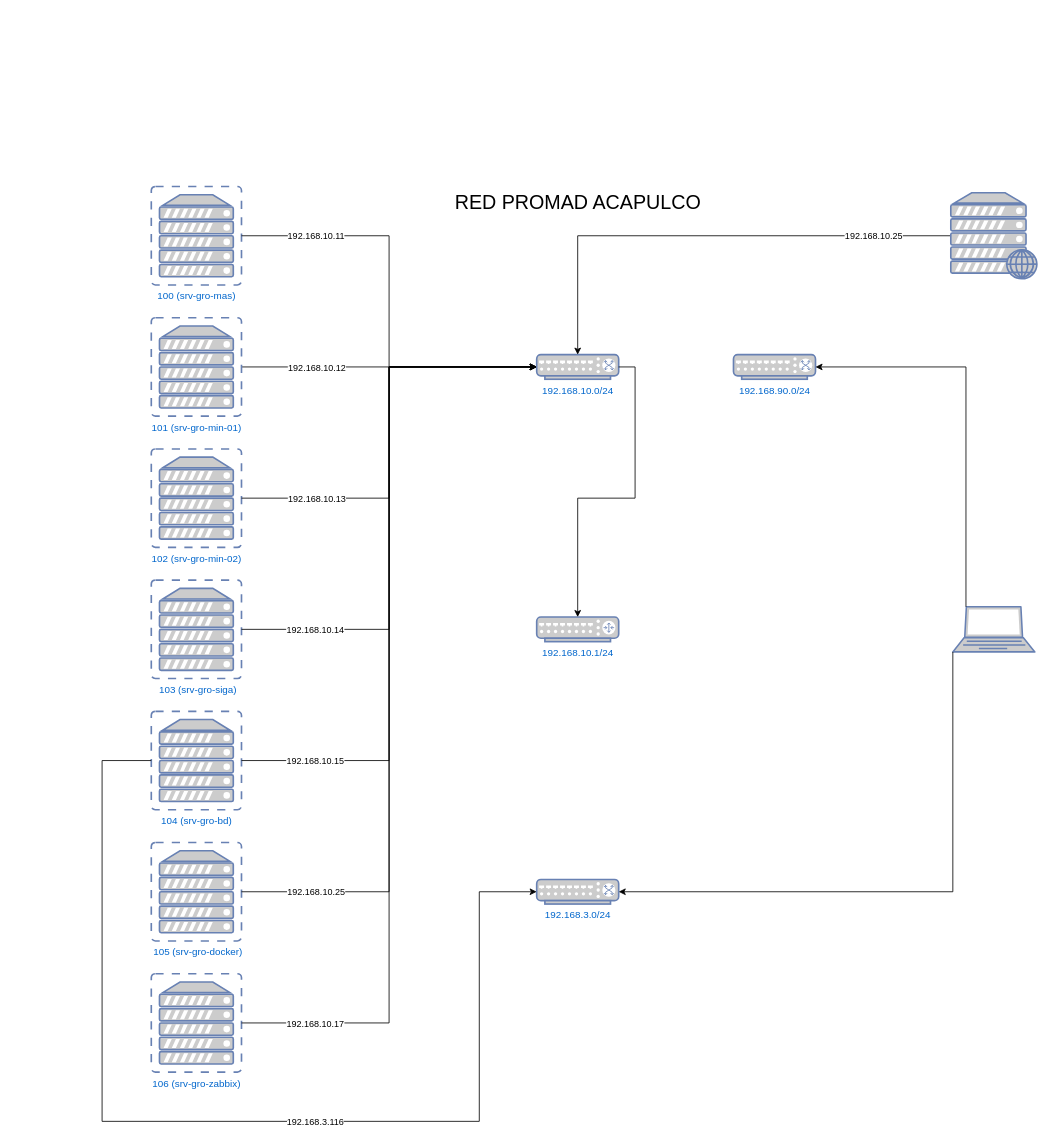
incognia/Promad keeps this draw.io diagram as Acapulco.drawio. Above is the earlier version. Source tidied: cells renumbered, new cells numbered last; positions are measured from the earlier drawing's top-left corner, leaving out a move shared by most shapes. Both pictures are drawn from the tidied source at 82%, with x=0, y=0 at pixel (102, 186).
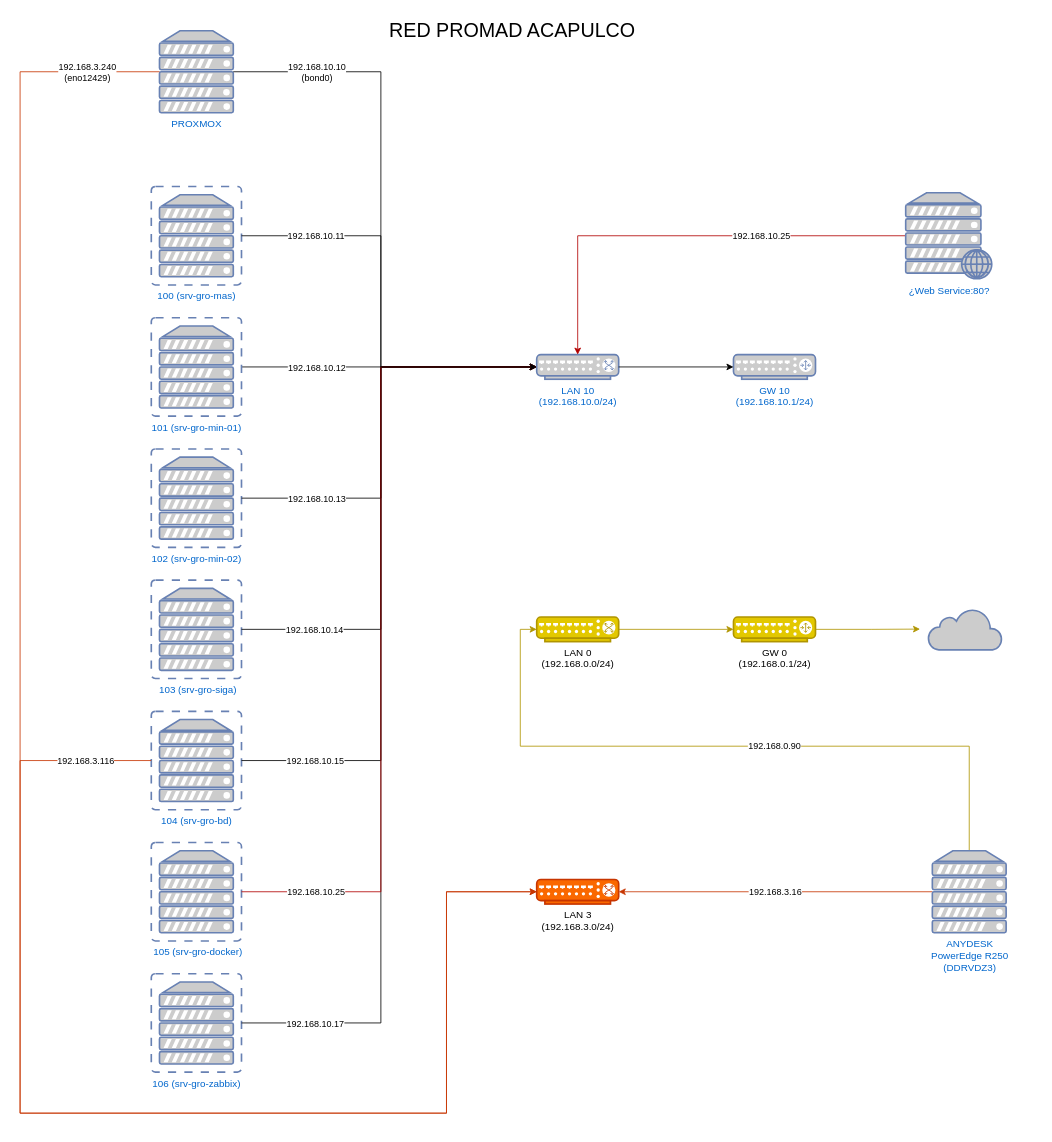
The same diagram, later.

The change refers to these unchanged cells:
```xml
<mxCell id="2" value="100 (srv-gro-mas)" style="fontColor=#0066CC;verticalAlign=top;verticalLabelPosition=bottom;labelPosition=center;align=center;html=1;outlineConnect=0;fillColor=#CCCCCC;strokeColor=#6881B3;gradientColor=none;gradientDirection=north;strokeWidth=2;shape=mxgraph.networks.virtual_server;" parent="1" vertex="1">
  <mxGeometry x="60" width="110" height="120" as="geometry" />
</mxCell>
<mxCell id="6" value="102 (srv-gro-min-02)" style="fontColor=#0066CC;verticalAlign=top;verticalLabelPosition=bottom;labelPosition=center;align=center;html=1;outlineConnect=0;fillColor=#CCCCCC;strokeColor=#6881B3;gradientColor=none;gradientDirection=north;strokeWidth=2;shape=mxgraph.networks.virtual_server;" parent="1" vertex="1">
  <mxGeometry x="60" y="320" width="110" height="120" as="geometry" />
</mxCell>
<mxCell id="7" value="&amp;nbsp;103 (srv-gro-siga)" style="fontColor=#0066CC;verticalAlign=top;verticalLabelPosition=bottom;labelPosition=center;align=center;html=1;outlineConnect=0;fillColor=#CCCCCC;strokeColor=#6881B3;gradientColor=none;gradientDirection=north;strokeWidth=2;shape=mxgraph.networks.virtual_server;" parent="1" vertex="1">
  <mxGeometry x="60" y="480" width="110" height="120" as="geometry" />
</mxCell>
<mxCell id="8" value="104 (srv-gro-bd)" style="fontColor=#0066CC;verticalAlign=top;verticalLabelPosition=bottom;labelPosition=center;align=center;html=1;outlineConnect=0;fillColor=#CCCCCC;strokeColor=#6881B3;gradientColor=none;gradientDirection=north;strokeWidth=2;shape=mxgraph.networks.virtual_server;" parent="1" vertex="1">
  <mxGeometry x="60" y="640" width="110" height="120" as="geometry" />
</mxCell>
<mxCell id="9" value="&amp;nbsp;105 (srv-gro-docker)" style="fontColor=#0066CC;verticalAlign=top;verticalLabelPosition=bottom;labelPosition=center;align=center;html=1;outlineConnect=0;fillColor=#CCCCCC;strokeColor=#6881B3;gradientColor=none;gradientDirection=north;strokeWidth=2;shape=mxgraph.networks.virtual_server;" parent="1" vertex="1">
  <mxGeometry x="60" y="800" width="110" height="120" as="geometry" />
</mxCell>
<mxCell id="10" value="106 (srv-gro-zabbix)" style="fontColor=#0066CC;verticalAlign=top;verticalLabelPosition=bottom;labelPosition=center;align=center;html=1;outlineConnect=0;fillColor=#CCCCCC;strokeColor=#6881B3;gradientColor=none;gradientDirection=north;strokeWidth=2;shape=mxgraph.networks.virtual_server;" parent="1" vertex="1">
  <mxGeometry x="60" y="960" width="110" height="120" as="geometry" />
</mxCell>
```

The edit, as a diff of the source:
```diff
@@
-    <mxCell id="11" value="192.168.10.0&lt;span style=&quot;background-color: transparent; color: light-dark(rgb(0, 102, 204), rgb(86, 174, 255));&quot;&gt;/24&lt;/span&gt;" style="fontColor=#0066CC;verticalAlign=top;verticalLabelPosition=bottom;labelPosition=center;align=center;html=1;outlineConnect=0;fillColor=#CCCCCC;strokeColor=#6881B3;gradientColor=none;gradientDirection=north;strokeWidth=2;shape=mxgraph.networks.switch;" parent="1" vertex="1">
+    <mxCell id="11" value="LAN 10&lt;br&gt;(192.168.10.0&lt;span style=&quot;background-color: transparent; color: light-dark(rgb(0, 102, 204), rgb(86, 174, 255));&quot;&gt;/24)&lt;/span&gt;" style="fontColor=#0066CC;verticalAlign=top;verticalLabelPosition=bottom;labelPosition=center;align=center;html=1;outlineConnect=0;fillColor=#CCCCCC;strokeColor=#6881B3;gradientColor=none;gradientDirection=north;strokeWidth=2;shape=mxgraph.networks.switch;" parent="1" vertex="1">
       <mxGeometry x="530" y="205" width="100" height="30" as="geometry" />
     </mxCell>
-    <mxCell id="12" value="192.168.3.0/24" style="fontColor=#0066CC;verticalAlign=top;verticalLabelPosition=bottom;labelPosition=center;align=center;html=1;outlineConnect=0;fillColor=#CCCCCC;strokeColor=#6881B3;gradientColor=none;gradientDirection=north;strokeWidth=2;shape=mxgraph.networks.switch;" parent="1" vertex="1">
+    <mxCell id="12" value="LAN 3&lt;br&gt;(192.168.3.0/24)" style="fontColor=#000000;verticalAlign=top;verticalLabelPosition=bottom;labelPosition=center;align=center;html=1;outlineConnect=0;fillColor=#fa6800;strokeColor=#C73500;gradientDirection=north;strokeWidth=2;shape=mxgraph.networks.switch;" parent="1" vertex="1">
       <mxGeometry x="530" y="845" width="100" height="30" as="geometry" />
     </mxCell>
-    <mxCell id="13" value="192.168.10.1/24" style="fontColor=#0066CC;verticalAlign=top;verticalLabelPosition=bottom;labelPosition=center;align=center;html=1;outlineConnect=0;fillColor=#CCCCCC;strokeColor=#6881B3;gradientColor=none;gradientDirection=north;strokeWidth=2;shape=mxgraph.networks.router;" parent="1" vertex="1">
-      <mxGeometry x="530" y="525" width="100" height="30" as="geometry" />
+    <mxCell id="13" value="GW 10&lt;br&gt;(192.168.10.1/24)" style="fontColor=#0066CC;verticalAlign=top;verticalLabelPosition=bottom;labelPosition=center;align=center;html=1;outlineConnect=0;fillColor=#CCCCCC;strokeColor=#6881B3;gradientColor=none;gradientDirection=north;strokeWidth=2;shape=mxgraph.networks.router;" parent="1" vertex="1">
+      <mxGeometry x="770" y="205" width="100" height="30" as="geometry" />
     </mxCell>
-    <mxCell id="14" style="edgeStyle=orthogonalEdgeStyle;rounded=0;jettySize=auto;html=1;exitX=1;exitY=0.5;exitDx=0;exitDy=0;exitPerimeter=0;entryX=0.5;entryY=0;entryDx=0;entryDy=0;entryPerimeter=0;" parent="1" edge="1" source="11" target="13">
+    <mxCell id="14" style="edgeStyle=orthogonalEdgeStyle;rounded=0;jettySize=auto;html=1;exitX=1;exitY=0.5;exitDx=0;exitDy=0;exitPerimeter=0;entryX=0;entryY=0.5;entryDx=0;entryDy=0;entryPerimeter=0;" parent="1" edge="1" source="11" target="13">
       <mxGeometry relative="1" as="geometry" />
     </mxCell>
-    <mxCell id="15" style="edgeStyle=orthogonalEdgeStyle;rounded=0;jettySize=auto;html=1;exitX=0;exitY=0.5;exitDx=0;exitDy=0;exitPerimeter=0;entryX=0;entryY=0.5;entryDx=0;entryDy=0;entryPerimeter=0;" parent="1" edge="1" source="8" target="12">
+    <mxCell id="15" style="edgeStyle=orthogonalEdgeStyle;rounded=0;jettySize=auto;html=1;exitX=0;exitY=0.5;exitDx=0;exitDy=0;exitPerimeter=0;entryX=0;entryY=0.5;entryDx=0;entryDy=0;entryPerimeter=0;fillColor=#fa6800;strokeColor=#C73500;" parent="1" edge="1" source="8" target="12">
       <mxGeometry relative="1" as="geometry">
         <Array as="points">
-          <mxPoint y="700" />
-          <mxPoint y="1140" />
-          <mxPoint x="460" y="1140" />
-          <mxPoint x="460" y="860" />
+          <mxPoint x="-100" y="700" />
+          <mxPoint x="-100" y="1130" />
+          <mxPoint x="420" y="1130" />
+          <mxPoint x="420" y="860" />
         </Array>
       </mxGeometry>
     </mxCell>
     <mxCell id="16" value="192.168.3.116" style="edgeLabel;html=1;align=center;verticalAlign=middle;" parent="15" vertex="1">
       <mxGeometry x="0.06" y="-3" relative="1" as="geometry">
-        <mxPoint x="65" y="-3" as="offset" />
+        <mxPoint x="-121" y="-433" as="offset" />
       </mxGeometry>
     </mxCell>
     <mxCell id="17" style="edgeStyle=orthogonalEdgeStyle;rounded=0;jettySize=auto;html=1;entryX=0;entryY=0.5;entryDx=0;entryDy=0;entryPerimeter=0;" parent="1" edge="1" source="2" target="11">
-      <mxGeometry relative="1" as="geometry" />
+      <mxGeometry relative="1" as="geometry">
+        <Array as="points">
+          <mxPoint x="340" y="60" />
+          <mxPoint x="340" y="220" />
+        </Array>
+      </mxGeometry>
     </mxCell>
@@
     <mxCell id="19" style="edgeStyle=orthogonalEdgeStyle;rounded=0;jettySize=auto;html=1;exitX=1;exitY=0.5;exitDx=0;exitDy=0;exitPerimeter=0;entryX=0;entryY=0.5;entryDx=0;entryDy=0;entryPerimeter=0;" parent="1" edge="1" source="6" target="11">
-      <mxGeometry relative="1" as="geometry" />
+      <mxGeometry relative="1" as="geometry">
+        <Array as="points">
+          <mxPoint x="340" y="380" />
+          <mxPoint x="340" y="220" />
+        </Array>
+      </mxGeometry>
     </mxCell>
@@
     <mxCell id="21" style="edgeStyle=orthogonalEdgeStyle;rounded=0;jettySize=auto;html=1;entryX=0;entryY=0.5;entryDx=0;entryDy=0;entryPerimeter=0;" parent="1" edge="1" source="7" target="11">
-      <mxGeometry relative="1" as="geometry" />
+      <mxGeometry relative="1" as="geometry">
+        <Array as="points">
+          <mxPoint x="340" y="540" />
+          <mxPoint x="340" y="220" />
+        </Array>
+      </mxGeometry>
     </mxCell>
     <mxCell id="22" value="192.168.10.14" style="edgeLabel;html=1;align=center;verticalAlign=middle;" parent="21" vertex="1">
       <mxGeometry x="-0.76" relative="1" as="geometry">
-        <mxPoint x="7" as="offset" />
+        <mxPoint x="6" as="offset" />
       </mxGeometry>
     </mxCell>
     <mxCell id="23" style="edgeStyle=orthogonalEdgeStyle;rounded=0;jettySize=auto;html=1;exitX=1;exitY=0.5;exitDx=0;exitDy=0;exitPerimeter=0;entryX=0;entryY=0.5;entryDx=0;entryDy=0;entryPerimeter=0;" parent="1" edge="1" source="8" target="11">
-      <mxGeometry relative="1" as="geometry" />
+      <mxGeometry relative="1" as="geometry">
+        <Array as="points">
+          <mxPoint x="340" y="700" />
+          <mxPoint x="340" y="220" />
+        </Array>
+      </mxGeometry>
     </mxCell>
@@
-    <mxCell id="25" style="edgeStyle=orthogonalEdgeStyle;rounded=0;jettySize=auto;html=1;entryX=0;entryY=0.5;entryDx=0;entryDy=0;entryPerimeter=0;" parent="1" edge="1" source="9" target="11">
-      <mxGeometry relative="1" as="geometry" />
-    </mxCell>
-    <mxCell id="26" value="192.168.10.25" style="edgeLabel;html=1;align=center;verticalAlign=middle;fontColor=light-dark(#000000,#FF0000);" parent="25" vertex="1">
-      <mxGeometry x="-0.81" y="-3" relative="1" as="geometry">
-        <mxPoint x="-5" y="-3" as="offset" />
-      </mxGeometry>
-    </mxCell>
     <mxCell id="27" style="edgeStyle=orthogonalEdgeStyle;rounded=0;jettySize=auto;html=1;exitX=1;exitY=0.5;exitDx=0;exitDy=0;exitPerimeter=0;entryX=0;entryY=0.5;entryDx=0;entryDy=0;entryPerimeter=0;" parent="1" edge="1" source="10" target="11">
-      <mxGeometry relative="1" as="geometry" />
+      <mxGeometry relative="1" as="geometry">
+        <Array as="points">
+          <mxPoint x="340" y="1020" />
+          <mxPoint x="340" y="220" />
+        </Array>
+      </mxGeometry>
     </mxCell>
@@
     <mxCell id="29" value="RED PROMAD ACAPULCO" style="text;html=1;align=center;verticalAlign=middle;strokeColor=none;fillColor=none;fontSize=24;" parent="1" vertex="1">
-      <mxGeometry x="420" width="320" height="40" as="geometry" />
+      <mxGeometry x="340" y="-210" width="320" height="40" as="geometry" />
     </mxCell>
+    <mxCell id="25" style="edgeStyle=orthogonalEdgeStyle;rounded=0;jettySize=auto;html=1;entryX=0;entryY=0.5;entryDx=0;entryDy=0;entryPerimeter=0;fillColor=#e51400;strokeColor=#B20000;" parent="1" edge="1" source="9" target="11">
+      <mxGeometry relative="1" as="geometry">
+        <Array as="points">
+          <mxPoint x="340" y="860" />
+          <mxPoint x="340" y="220" />
+        </Array>
+      </mxGeometry>
+    </mxCell>
+    <mxCell id="26" value="192.168.10.25" style="edgeLabel;html=1;align=center;verticalAlign=middle;fontColor=light-dark(#000000,#FF0000);" parent="25" vertex="1">
+      <mxGeometry x="-0.81" y="-3" relative="1" as="geometry">
+        <mxPoint x="-5" y="-3" as="offset" />
+      </mxGeometry>
+    </mxCell>
-    <mxCell id="30" style="edgeStyle=orthogonalEdgeStyle;rounded=0;jettySize=auto;html=1;exitX=0;exitY=0.5;exitDx=0;exitDy=0;exitPerimeter=0;" parent="1" edge="1" source="32" target="11">
+    <mxCell id="30" style="edgeStyle=orthogonalEdgeStyle;rounded=0;jettySize=auto;html=1;exitX=0;exitY=0.5;exitDx=0;exitDy=0;exitPerimeter=0;fillColor=#e51400;strokeColor=#B20000;" parent="1" edge="1" source="32" target="11">
       <mxGeometry relative="1" as="geometry" />
     </mxCell>
     <mxCell id="31" value="192.168.10.25" style="edgeLabel;html=1;align=center;verticalAlign=middle;fontColor=light-dark(#000000,#FF0000);" parent="30" vertex="1">
       <mxGeometry x="-0.59" y="1" relative="1" as="geometry">
-        <mxPoint x="28" y="-1" as="offset" />
+        <mxPoint x="-65" y="-1" as="offset" />
       </mxGeometry>
     </mxCell>
-    <mxCell id="32" style="fontColor=#0066CC;verticalAlign=top;verticalLabelPosition=bottom;labelPosition=center;align=center;html=1;outlineConnect=0;fillColor=#CCCCCC;strokeColor=#6881B3;gradientColor=none;gradientDirection=north;strokeWidth=2;shape=mxgraph.networks.web_server;" parent="1" vertex="1">
-      <mxGeometry x="1035" y="7.5" width="105" height="105" as="geometry" />
+    <mxCell id="32" value="¿Web Service:80?" style="fontColor=#0066CC;verticalAlign=top;verticalLabelPosition=bottom;labelPosition=center;align=center;html=1;outlineConnect=0;fillColor=#CCCCCC;strokeColor=#6881B3;gradientColor=none;gradientDirection=north;strokeWidth=2;shape=mxgraph.networks.web_server;" parent="1" vertex="1">
+      <mxGeometry x="980" y="7.5" width="105" height="105" as="geometry" />
     </mxCell>
-    <mxCell id="33" value="192.168.90.0&lt;span style=&quot;background-color: transparent; color: light-dark(rgb(0, 102, 204), rgb(86, 174, 255));&quot;&gt;/24&lt;/span&gt;" style="fontColor=#0066CC;verticalAlign=top;verticalLabelPosition=bottom;labelPosition=center;align=center;html=1;outlineConnect=0;fillColor=#CCCCCC;strokeColor=#6881B3;gradientColor=none;gradientDirection=north;strokeWidth=2;shape=mxgraph.networks.switch;" parent="1" vertex="1">
-      <mxGeometry x="770" y="205" width="100" height="30" as="geometry" />
+    <mxCell id="33" value="LAN 0&lt;br&gt;(192.168.0.0/24)" style="fontColor=#000000;verticalAlign=top;verticalLabelPosition=bottom;labelPosition=center;align=center;html=1;outlineConnect=0;fillColor=#e3c800;strokeColor=#B09500;gradientDirection=north;strokeWidth=2;shape=mxgraph.networks.switch;" parent="1" vertex="1">
+      <mxGeometry x="530" y="525" width="100" height="30" as="geometry" />
     </mxCell>
-    <mxCell id="34" style="fontColor=#0066CC;verticalAlign=top;verticalLabelPosition=bottom;labelPosition=center;align=center;html=1;outlineConnect=0;fillColor=#CCCCCC;strokeColor=#6881B3;gradientColor=none;gradientDirection=north;strokeWidth=2;shape=mxgraph.networks.laptop;" parent="1" vertex="1">
-      <mxGeometry x="1037.5" y="512.5" width="100" height="55" as="geometry" />
-    </mxCell>
-    <mxCell id="35" style="edgeStyle=orthogonalEdgeStyle;rounded=0;jettySize=auto;html=1;exitX=0;exitY=1;exitDx=0;exitDy=0;exitPerimeter=0;entryX=1;entryY=0.5;entryDx=0;entryDy=0;entryPerimeter=0;" parent="1" edge="1" source="34" target="12">
+    <mxCell id="35" style="edgeStyle=orthogonalEdgeStyle;rounded=0;jettySize=auto;html=1;exitX=0;exitY=0.5;exitDx=0;exitDy=0;exitPerimeter=0;entryX=1;entryY=0.5;entryDx=0;entryDy=0;entryPerimeter=0;fillColor=#fa6800;strokeColor=#C73500;" parent="1" edge="1" source="43" target="12">
       <mxGeometry relative="1" as="geometry" />
     </mxCell>
+    <mxCell id="37" value="192.168.3.16" style="edgeLabel;html=1;align=center;verticalAlign=middle;" parent="35" vertex="1">
+      <mxGeometry y="4" relative="1" as="geometry">
+        <mxPoint x="-1" y="-4" as="offset" />
+      </mxGeometry>
+    </mxCell>
-    <mxCell id="36" style="edgeStyle=orthogonalEdgeStyle;rounded=0;jettySize=auto;html=1;exitX=0.16;exitY=0;exitDx=0;exitDy=0;exitPerimeter=0;entryX=1;entryY=0.5;entryDx=0;entryDy=0;entryPerimeter=0;" parent="1" edge="1" source="34" target="33">
+    <mxCell id="36" style="edgeStyle=orthogonalEdgeStyle;rounded=0;jettySize=auto;html=1;exitX=0.5;exitY=0;exitDx=0;exitDy=0;exitPerimeter=0;entryX=0;entryY=0.5;entryDx=0;entryDy=0;entryPerimeter=0;fillColor=#e3c800;strokeColor=#B09500;" parent="1" edge="1" source="43" target="33">
       <mxGeometry relative="1" as="geometry" />
     </mxCell>
+    <mxCell id="38" value="192.168.0.90" style="edgeLabel;html=1;align=center;verticalAlign=middle;" parent="36" vertex="1">
+      <mxGeometry x="0.08" y="-2" relative="1" as="geometry">
+        <mxPoint x="86" y="2" as="offset" />
+      </mxGeometry>
+    </mxCell>
+    <mxCell id="39" value="GW 0&lt;br&gt;(192.168.0.1/24)" style="fontColor=#000000;verticalAlign=top;verticalLabelPosition=bottom;labelPosition=center;align=center;html=1;outlineConnect=0;fillColor=#e3c800;strokeColor=#B09500;gradientDirection=north;strokeWidth=2;shape=mxgraph.networks.router;" parent="1" vertex="1">
+      <mxGeometry x="770" y="525" width="100" height="30" as="geometry" />
+    </mxCell>
+    <mxCell id="40" style="edgeStyle=orthogonalEdgeStyle;rounded=0;jettySize=auto;html=1;entryX=0;entryY=0.5;entryDx=0;entryDy=0;entryPerimeter=0;fillColor=#e3c800;strokeColor=#B09500;" parent="1" edge="1" source="33" target="39">
+      <mxGeometry relative="1" as="geometry" />
+    </mxCell>
+    <mxCell id="41" style="html=1;outlineConnect=0;fillColor=#CCCCCC;strokeColor=#6881B3;gradientColor=none;gradientDirection=north;strokeWidth=2;shape=mxgraph.networks.cloud;fontColor=#ffffff;" parent="1" vertex="1">
+      <mxGeometry x="1007.5" y="515" width="90" height="50" as="geometry" />
+    </mxCell>
+    <mxCell id="42" style="edgeStyle=orthogonalEdgeStyle;rounded=0;jettySize=auto;html=1;exitX=1;exitY=0.5;exitDx=0;exitDy=0;exitPerimeter=0;entryX=-0.111;entryY=0.494;entryDx=0;entryDy=0;entryPerimeter=0;fillColor=#e3c800;strokeColor=#B09500;" parent="1" edge="1" source="39" target="41">
+      <mxGeometry relative="1" as="geometry" />
+    </mxCell>
+    <mxCell id="43" value="ANYDESK&lt;br&gt;PowerEdge R250&lt;br&gt;(DDRVDZ3)" style="fontColor=#0066CC;verticalAlign=top;verticalLabelPosition=bottom;labelPosition=center;align=center;html=1;outlineConnect=0;fillColor=#CCCCCC;strokeColor=#6881B3;gradientColor=none;gradientDirection=north;strokeWidth=2;shape=mxgraph.networks.server;" parent="1" vertex="1">
+      <mxGeometry x="1012.5" y="810" width="90" height="100" as="geometry" />
+    </mxCell>
+    <mxCell id="44" value="PROXMOX" style="fontColor=#0066CC;verticalAlign=top;verticalLabelPosition=bottom;labelPosition=center;align=center;html=1;outlineConnect=0;fillColor=#CCCCCC;strokeColor=#6881B3;gradientColor=none;gradientDirection=north;strokeWidth=2;shape=mxgraph.networks.server;" parent="1" vertex="1">
+      <mxGeometry x="70" y="-190" width="90" height="100" as="geometry" />
+    </mxCell>
+    <mxCell id="45" style="edgeStyle=orthogonalEdgeStyle;rounded=0;jettySize=auto;html=1;entryX=0;entryY=0.5;entryDx=0;entryDy=0;entryPerimeter=0;" parent="1" edge="1" source="44" target="11">
+      <mxGeometry relative="1" as="geometry">
+        <Array as="points">
+          <mxPoint x="340" y="-140" />
+          <mxPoint x="340" y="220" />
+        </Array>
+      </mxGeometry>
+    </mxCell>
+    <mxCell id="46" value="192.168.10.10&lt;br&gt;(bond0)" style="edgeLabel;html=1;align=center;verticalAlign=middle;" parent="45" vertex="1">
+      <mxGeometry x="-0.74" y="-1" relative="1" as="geometry">
+        <mxPoint x="6" y="-1" as="offset" />
+      </mxGeometry>
+    </mxCell>
+    <mxCell id="47" style="edgeStyle=orthogonalEdgeStyle;rounded=0;jettySize=auto;html=1;exitX=0;exitY=0.5;exitDx=0;exitDy=0;exitPerimeter=0;entryX=0;entryY=0.5;entryDx=0;entryDy=0;entryPerimeter=0;fillColor=#fa6800;strokeColor=#C73500;" parent="1" edge="1" source="44" target="12">
+      <mxGeometry relative="1" as="geometry">
+        <Array as="points">
+          <mxPoint x="-100" y="-140" />
+          <mxPoint x="-100" y="1130" />
+          <mxPoint x="420" y="1130" />
+          <mxPoint x="420" y="860" />
+        </Array>
+      </mxGeometry>
+    </mxCell>
+    <mxCell id="48" value="192.168.3.240&lt;br&gt;(eno12429)" style="edgeLabel;html=1;align=center;verticalAlign=middle;" parent="47" vertex="1">
+      <mxGeometry x="0.49" y="-1" relative="1" as="geometry">
+        <mxPoint x="-222" y="-1271" as="offset" />
+      </mxGeometry>
+    </mxCell>
```
